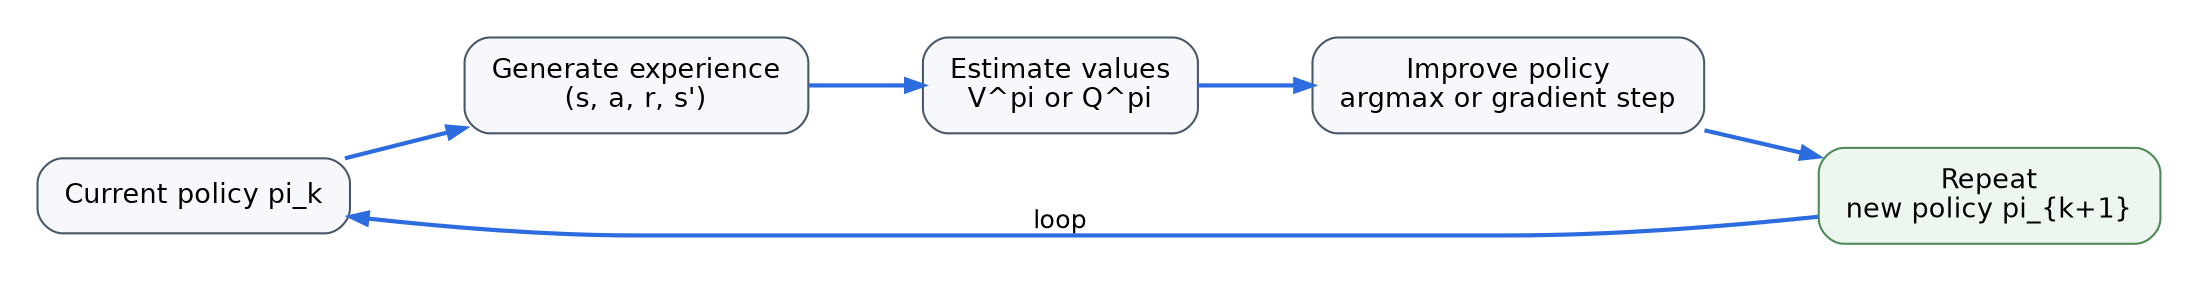
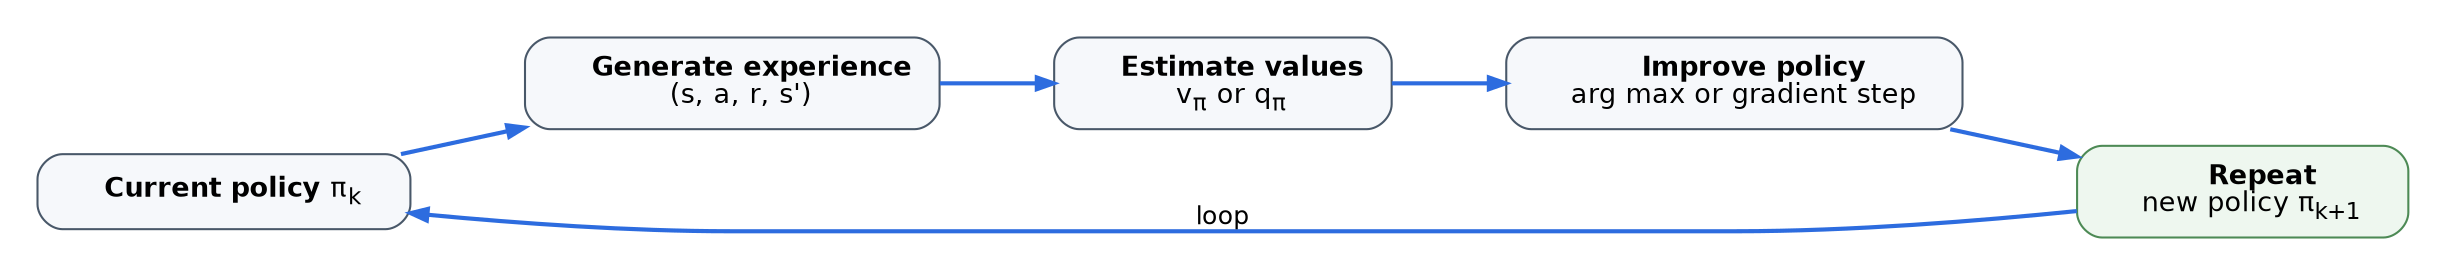
digraph RLAlgorithmLoop {
  graph [
    rankdir=LR,
    bgcolor="transparent",
    pad="0.25",
    nodesep="0.45",
    ranksep="0.75"
  ];
  node [
    shape=box,
    style="rounded,filled",
    fontname="Helvetica",
    fontsize=13,
    margin="0.18,0.12",
    color="#495869",
    fillcolor="#f6f8fb"
  ];
  edge [
    fontname="Helvetica",
    fontsize=12,
    color="#2d6cdf",
    arrowsize=0.8,
    penwidth=2.0
  ];

-   policy [label="Current policy pi_k"];
-   sample [label="Generate experience\n(s, a, r, s')"];
-   estimate [label="Estimate values\nV^pi or Q^pi"];
-   improve [label="Improve policy\nargmax or gradient step"];
-   repeat [label="Repeat\nnew policy pi_{k+1}", fillcolor="#eef7ef", color="#4d8a55"];
+   policy [label=<
+     <B>Current policy</B> &pi;<SUB>k</SUB>
+   >];
+   sample [label=<
+     <B>Generate experience</B><BR/>
+     (s, a, r, s')
+   >];
+   estimate [label=<
+     <B>Estimate values</B><BR/>
+     v<SUB>&pi;</SUB> or q<SUB>&pi;</SUB>
+   >];
+   improve [label=<
+     <B>Improve policy</B><BR/>
+     arg max or gradient step
+   >];
+   repeat [label=<
+     <B>Repeat</B><BR/>
+     new policy &pi;<SUB>k+1</SUB>
+   >, fillcolor="#eef7ef", color="#4d8a55"];

  policy -> sample;
  sample -> estimate;
  estimate -> improve;
  improve -> repeat;
  repeat -> policy [label="loop"];
}
